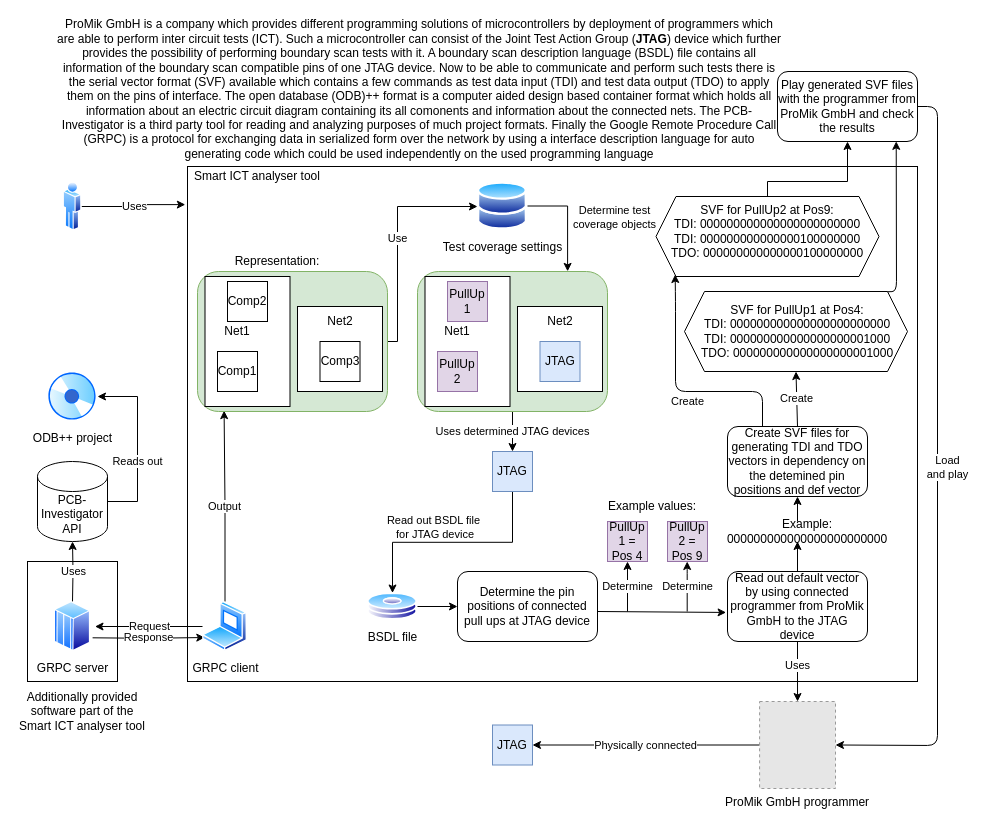
Before: Master Thesis/drawios/poster.drawio in Razvanmatis/SmartIctAnalyzer, a draw.io diagram. Source tidied: cells renumbered, new cells numbered last; positions are measured from the earlier drawing's top-left corner, leaving out a move shared by most shapes. Both pictures are drawn from the tidied source at 100%, with x=0, y=0 at pixel (17, 26). Pictures stored in the file or linked from it are replaced by grey dashed boxes.
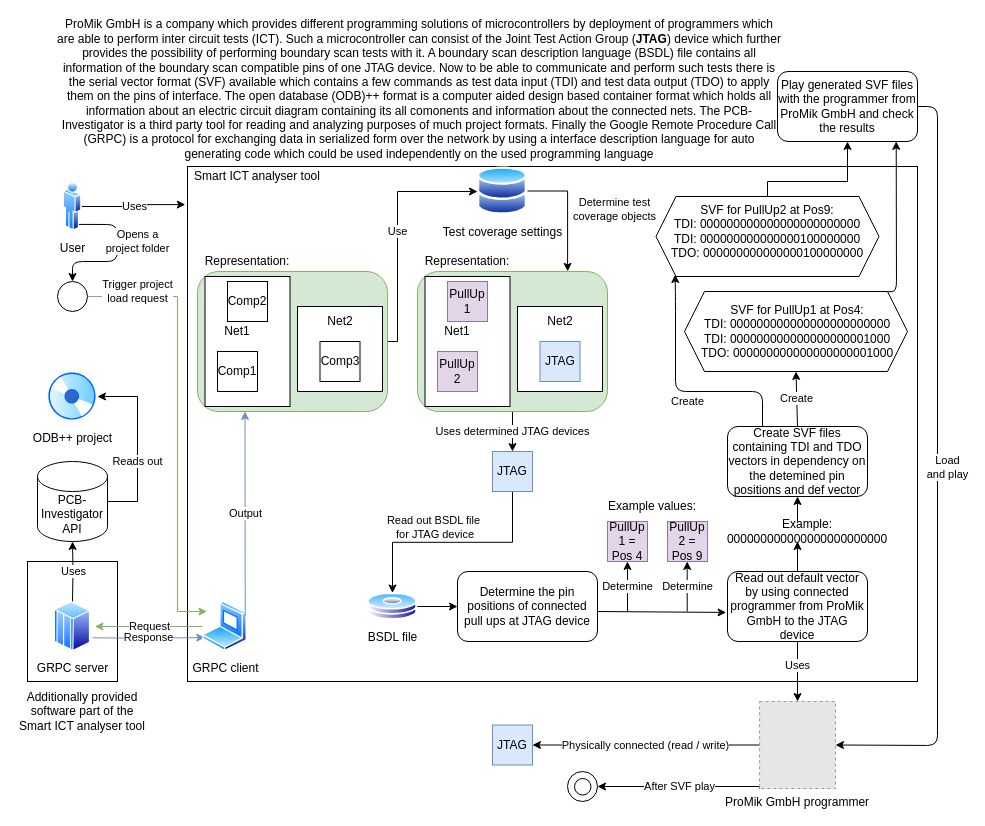
Above is the later version.

The change refers to these unchanged cells:
```xml
<mxCell id="5" value="PCB-Investigator API" style="shape=cylinder3;whiteSpace=wrap;html=1;boundedLbl=1;backgroundOutline=1;size=15;" parent="1" vertex="1">
  <mxGeometry x="20" y="435" width="70" height="80" as="geometry" />
</mxCell>
<mxCell id="10" value="GRPC client" style="perimeter=ellipsePerimeter;html=1;align=center;shadow=0;dashed=0;spacingTop=3;image;image=img/lib/active_directory/laptop_client.svg;" parent="1" vertex="1">
  <mxGeometry x="185" y="575" width="45" height="50" as="geometry" />
</mxCell>
<mxCell id="12" style="rounded=1;whiteSpace=wrap;html=1;fillColor=#d5e8d4;strokeColor=#82b366;" parent="1" vertex="1">
  <mxGeometry x="180" y="245" width="190" height="140" as="geometry" />
</mxCell>
<mxCell id="22" style="rounded=1;whiteSpace=wrap;html=1;fillColor=#d5e8d4;strokeColor=#82b366;" parent="1" vertex="1">
  <mxGeometry x="400" y="245" width="190" height="140" as="geometry" />
</mxCell>
<mxCell id="37" value="ProMik GmbH programmer" style="fillColor=#E6E6E6;strokeColor=#999999;dashed=1;verticalLabelPosition=bottom;labelBackgroundColor=#ffffff;verticalAlign=top;" parent="1" vertex="1">
  <mxGeometry x="742.1" y="675" width="75.9" height="87" as="geometry" />
</mxCell>
<mxCell id="38" value="JTAG" style="whiteSpace=wrap;html=1;fillColor=#dae8fc;strokeColor=#6c8ebf;" parent="1" vertex="1">
  <mxGeometry x="475" y="698.5" width="40" height="40" as="geometry" />
</mxCell>
<mxCell id="64" value="ODB++ project" style="perimeter=ellipsePerimeter;html=1;align=center;shadow=0;dashed=0;spacingTop=3;image;image=img/lib/active_directory/cd_dvd.svg;" parent="1" vertex="1">
  <mxGeometry x="30" y="345" width="50" height="50" as="geometry" />
</mxCell>
```

What changed in the source:
```diff
@@
-    <mxCell id="4" value="Reads out" style="edgeStyle=orthogonalEdgeStyle;rounded=0;jettySize=auto;html=1;exitX=1;exitY=0.5;exitDx=0;exitDy=0;exitPerimeter=0;entryX=1;entryY=0.5;entryDx=0;entryDy=0;" parent="1" edge="1" source="5" target="64">
+    <mxCell id="4" value="Reads out" style="edgeStyle=orthogonalEdgeStyle;rounded=0;jettySize=auto;html=1;exitX=1;exitY=0.5;exitDx=0;exitDy=0;exitPerimeter=0;entryX=1;entryY=0.5;entryDx=0;entryDy=0;fillColor=#dae8fc;" parent="1" edge="1" source="5" target="64">
       <mxGeometry x="-0.2" relative="1" as="geometry">
         <Array as="points">
           <mxPoint x="120" y="475" />
           <mxPoint x="120" y="370" />
         </Array>
       </mxGeometry>
     </mxCell>
@@
-    <mxCell id="6" value="Uses" style="edgeStyle=orthogonalEdgeStyle;rounded=0;jettySize=auto;html=1;exitX=0.5;exitY=0;exitDx=0;exitDy=0;entryX=0.5;entryY=1;entryDx=0;entryDy=0;entryPerimeter=0;" parent="1" edge="1" target="5">
+    <mxCell id="6" value="Uses" style="edgeStyle=orthogonalEdgeStyle;rounded=0;jettySize=auto;html=1;exitX=0.5;exitY=0;exitDx=0;exitDy=0;entryX=0.5;entryY=1;entryDx=0;entryDy=0;entryPerimeter=0;fillColor=#dae8fc;" parent="1" edge="1" target="5">
       <mxGeometry relative="1" as="geometry">
         <mxPoint x="55" y="575" as="sourcePoint" />
       </mxGeometry>
     </mxCell>
-    <mxCell id="7" value="Response" style="edgeStyle=orthogonalEdgeStyle;rounded=0;jettySize=auto;html=1;exitX=1;exitY=0.75;exitDx=0;exitDy=0;entryX=0;entryY=0.75;entryDx=0;entryDy=0;" parent="1" edge="1" target="10">
+    <mxCell id="7" value="Response" style="edgeStyle=orthogonalEdgeStyle;rounded=0;jettySize=auto;html=1;exitX=1;exitY=0.75;exitDx=0;exitDy=0;entryX=0;entryY=0.75;entryDx=0;entryDy=0;fillColor=#dae8fc;strokeColor=#6c8ebf;" parent="1" edge="1" target="10">
       <mxGeometry relative="1" as="geometry">
         <mxPoint x="75.1" y="611.3" as="sourcePoint" />
       </mxGeometry>
     </mxCell>
-    <mxCell id="8" value="Request" style="edgeStyle=orthogonalEdgeStyle;rounded=0;jettySize=auto;html=1;exitX=0;exitY=0.5;exitDx=0;exitDy=0;" parent="1" edge="1" source="10">
+    <mxCell id="8" value="Request" style="edgeStyle=orthogonalEdgeStyle;rounded=0;jettySize=auto;html=1;exitX=0;exitY=0.5;exitDx=0;exitDy=0;fillColor=#d5e8d4;strokeColor=#82b366;" parent="1" edge="1" source="10">
       <mxGeometry relative="1" as="geometry">
         <mxPoint x="77.5" y="600" as="targetPoint" />
       </mxGeometry>
     </mxCell>
-    <mxCell id="9" value="Output" style="edgeStyle=orthogonalEdgeStyle;rounded=0;jettySize=auto;html=1;exitX=0.5;exitY=0;exitDx=0;exitDy=0;entryX=0.14;entryY=0.994;entryDx=0;entryDy=0;entryPerimeter=0;" parent="1" edge="1" source="10" target="12">
-      <mxGeometry relative="1" as="geometry" />
-    </mxCell>
@@
     <mxCell id="11" value="Use" style="edgeStyle=orthogonalEdgeStyle;rounded=0;jettySize=auto;html=1;exitX=1;exitY=0.5;exitDx=0;exitDy=0;" parent="1" edge="1" source="12" target="31">
       <mxGeometry relative="1" as="geometry">
         <Array as="points">
           <mxPoint x="380" y="315" />
-          <mxPoint x="380" y="180" />
+          <mxPoint x="380" y="165" />
         </Array>
       </mxGeometry>
     </mxCell>
@@
     <mxCell id="13" value="Representation:" style="text;html=1;strokeColor=none;fillColor=none;align=center;verticalAlign=middle;whiteSpace=wrap;rounded=0;" parent="1" vertex="1">
-      <mxGeometry x="240" y="225" width="40" height="20" as="geometry" />
+      <mxGeometry x="210" y="225" width="40" height="20" as="geometry" />
     </mxCell>
@@
     <mxCell id="30" value="Determine test &lt;br&gt;coverage objects" style="edgeStyle=orthogonalEdgeStyle;rounded=0;jettySize=auto;html=1;exitX=1;exitY=0.5;exitDx=0;exitDy=0;entryX=0.79;entryY=-0.001;entryDx=0;entryDy=0;entryPerimeter=0;" parent="1" edge="1" source="31" target="22">
       <mxGeometry x="-0.02" y="47" relative="1" as="geometry">
         <Array as="points">
-          <mxPoint x="550" y="180" />
+          <mxPoint x="550" y="165" />
         </Array>
       </mxGeometry>
     </mxCell>
     <mxCell id="31" value="Test coverage settings" style="perimeter=ellipsePerimeter;html=1;align=center;shadow=0;dashed=0;spacingTop=3;image;image=img/lib/active_directory/databases.svg;" parent="1" vertex="1">
-      <mxGeometry x="460" y="155" width="50" height="49" as="geometry" />
+      <mxGeometry x="460" y="140" width="50" height="49" as="geometry" />
     </mxCell>
@@
-    <mxCell id="36" value="Physically connected" style="edgeStyle=orthogonalEdgeStyle;rounded=0;jettySize=auto;html=1;exitX=0;exitY=0.5;exitDx=0;exitDy=0;entryX=1;entryY=0.5;entryDx=0;entryDy=0;" parent="1" edge="1" source="37" target="38">
+    <mxCell id="36" value="Physically connected (read / write)" style="edgeStyle=orthogonalEdgeStyle;rounded=0;jettySize=auto;html=1;exitX=0;exitY=0.5;exitDx=0;exitDy=0;entryX=1;entryY=0.5;entryDx=0;entryDy=0;" parent="1" edge="1" source="37" target="38">
       <mxGeometry relative="1" as="geometry" />
     </mxCell>
+    <mxCell id="69" value="After SVF play" style="edgeStyle=orthogonalEdgeStyle;rounded=0;jettySize=auto;html=1;exitX=0;exitY=1;exitDx=0;exitDy=0;entryX=1;entryY=0.5;entryDx=0;entryDy=0;strokeColor=#000000;" parent="1" edge="1" source="37" target="74">
+      <mxGeometry relative="1" as="geometry">
+        <Array as="points">
+          <mxPoint x="742" y="760" />
+        </Array>
+      </mxGeometry>
+    </mxCell>
@@
-    <mxCell id="42" value="Create SVF files for generating TDI and TDO vectors in dependency on the detemined pin positions and def vector" style="rounded=1;whiteSpace=wrap;html=1;" parent="1" vertex="1">
+    <mxCell id="42" value="Create SVF files containing TDI and TDO vectors in dependency on the detemined pin positions and def vector" style="rounded=1;whiteSpace=wrap;html=1;" parent="1" vertex="1">
       <mxGeometry x="710" y="400" width="140" height="70" as="geometry" />
     </mxCell>
@@
-    <mxCell id="67" style="perimeter=ellipsePerimeter;html=1;align=center;shadow=0;dashed=0;spacingTop=3;image;image=img/lib/active_directory/user.svg;" parent="1" vertex="1">
+    <mxCell id="67" value="User" style="perimeter=ellipsePerimeter;html=1;align=center;shadow=0;dashed=0;spacingTop=3;image;image=img/lib/active_directory/user.svg;" parent="1" vertex="1">
       <mxGeometry x="45.8" y="155" width="18.5" height="50" as="geometry" />
     </mxCell>
@@
+    <mxCell id="70" value="Trigger project &lt;br&gt;load request" style="edgeStyle=orthogonalEdgeStyle;rounded=0;jettySize=auto;html=1;exitX=1;exitY=0.5;exitDx=0;exitDy=0;fillColor=#d5e8d4;strokeColor=#82b366;" parent="1" edge="1" source="71" target="10">
+      <mxGeometry x="-0.77" y="5" relative="1" as="geometry">
+        <Array as="points">
+          <mxPoint x="160" y="270" />
+          <mxPoint x="160" y="585" />
+        </Array>
+      </mxGeometry>
+    </mxCell>
+    <mxCell id="71" style="ellipse;whiteSpace=wrap;html=1;" parent="1" vertex="1">
+      <mxGeometry x="40" y="255" width="30" height="30" as="geometry" />
+    </mxCell>
+    <mxCell id="9" value="Output" style="endArrow=classic;html=1;exitX=1;exitY=0.25;exitDx=0;exitDy=0;entryX=0.25;entryY=1;entryDx=0;entryDy=0;fillColor=#dae8fc;strokeColor=#6c8ebf;" parent="1" edge="1" source="10" target="12">
+      <mxGeometry relative="1" as="geometry" />
+    </mxCell>
+    <mxCell id="72" value="Representation:" style="text;html=1;strokeColor=none;fillColor=none;align=center;verticalAlign=middle;whiteSpace=wrap;rounded=0;" parent="1" vertex="1">
+      <mxGeometry x="430" y="225" width="40" height="20" as="geometry" />
+    </mxCell>
+    <mxCell id="73" value="Opens a &lt;br&gt;project folder" style="endArrow=classic;html=1;exitX=1;exitY=1;exitDx=0;exitDy=0;entryX=0.5;entryY=0;entryDx=0;entryDy=0;" parent="1" edge="1" source="67" target="71">
+      <mxGeometry x="-0.21" y="20" relative="1" as="geometry">
+        <Array as="points">
+          <mxPoint x="100" y="198" />
+          <mxPoint x="100" y="235" />
+          <mxPoint x="55" y="235" />
+        </Array>
+      </mxGeometry>
+    </mxCell>
+    <mxCell id="74" style="ellipse;whiteSpace=wrap;html=1;" parent="1" vertex="1">
+      <mxGeometry x="550" y="745" width="30" height="30" as="geometry" />
+    </mxCell>
+    <mxCell id="75" style="ellipse;whiteSpace=wrap;html=1;" parent="1" vertex="1">
+      <mxGeometry x="557" y="752" width="16.5" height="16.5" as="geometry" />
+    </mxCell>
```
